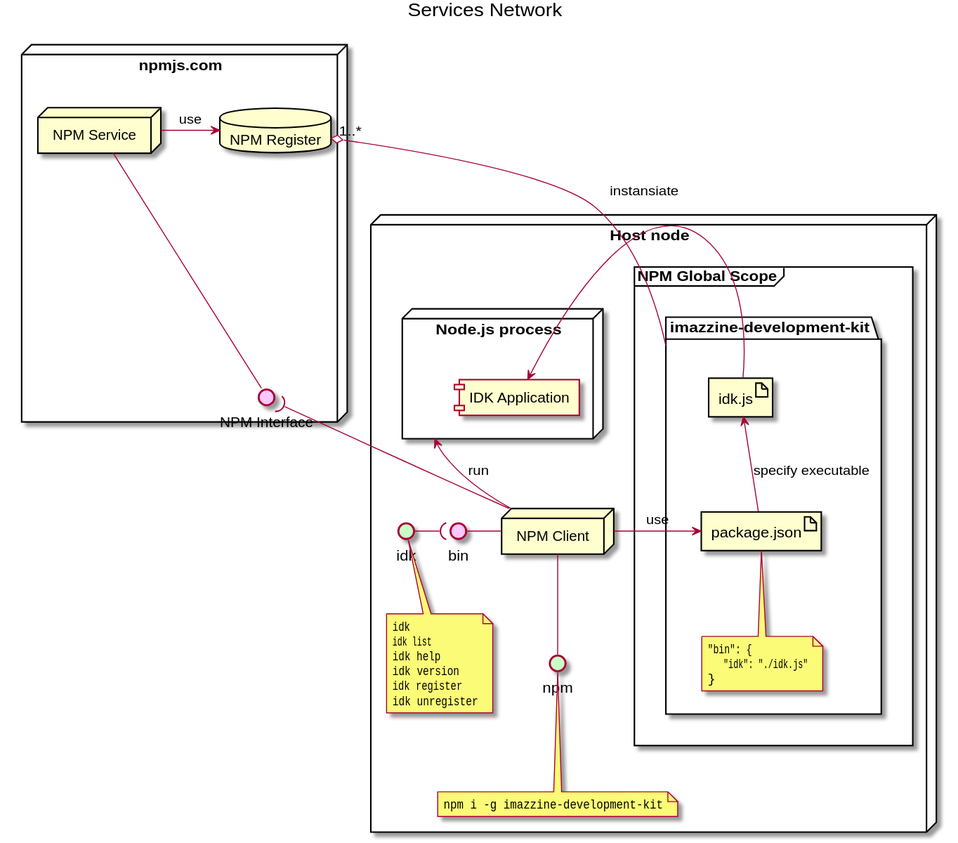
This is doc/uml/cli/open/services_network.svg from imazzine/design, a PlantUML export, as it was before one commit.
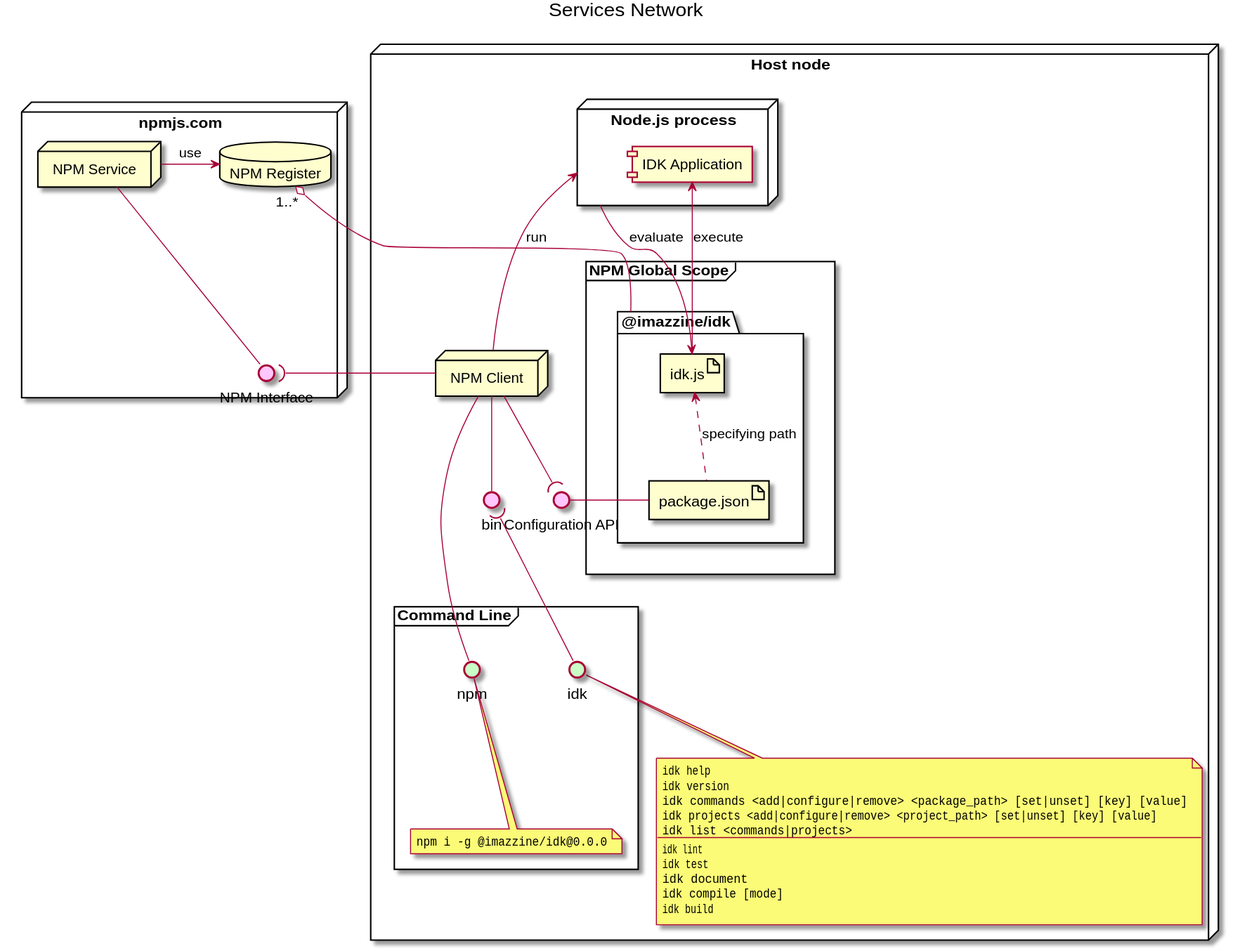
Above is the later version.

The edit, as a diff of the source:
```diff
@@ -16,55 +16,57 @@
     node "Host node" as HostNode {
 
         frame "NPM Global Scope" as NPMGlobalScope {
-            package "imazzine-development-kit" as IDKPackage {
-                artifact "package.json" as PACKAGE_JSON
+            package "@imazzine/idk" as IDKPackage {
+                artifact "package.json" as PACKAGE_JSON [[./ConfigurationAPI.svg]]
                 artifact "idk.js" as IDK_JS
-                IDK_JS <-- PACKAGE_JSON: specify executable
-                note as BIN_LIST
-                    "bin": {
-                        "idk": "./idk.js"
-                    }
-                end note
-                PACKAGE_JSON .. BIN_LIST
+                IDK_JS <.. PACKAGE_JSON: specifying path
             }
         }
         NPMRegister "1..*" o-- IDKPackage
 
         node "Node.js process" as NodeJS {
             component "IDK Application" as IDKApplication [[./IDKApplication.svg]]
-            IDKApplication <- IDK_JS: instansiate
+            IDKApplication <-- IDK_JS: execute
         }
+        NodeJS --> IDK_JS: evaluate
 
         node "NPM Client" as NPMClient
         NPMInterface )- NPMClient
-        PACKAGE_JSON <- NPMClient: use
-        NodeJS <- NPMClient: run
-
-
-        interface "npm" as NPMCli [[https://docs.npmjs.com/cli/install]] #c9ffc7
-        NPMClient -- NPMCli
-
-        note as NPM_CLI_LIST
-            npm i -g imazzine-development-kit
-        end note
-        NPMCli .. NPM_CLI_LIST
+        NodeJS <-- NPMClient: run
 
         interface "bin" as NPMBinAPI [[https://docs.npmjs.com/files/package.json#bin]] #ffc7fd
-        NPMBinAPI - NPMClient
+        NPMClient -- NPMBinAPI
 
-        interface "idk" as IDKInterface #c9ffc7
-        IDKInterface -( NPMBinAPI
+        frame "Command Line" as CommandLine {
+            interface "idk" as IDKInterface #c9ffc7
+            NPMBinAPI )-- IDKInterface
+
+            interface "npm" as NPMCli [[https://docs.npmjs.com/cli/install]] #c9ffc7
+            NPMClient -- NPMCli
+
+            note as NPM_CLI_LIST
+                npm i -g @imazzine/idk@0.0.0
+            end note
+            NPMCli .. NPM_CLI_LIST
+        }
+
+        interface "Configuration API" as ConfigurationAPI [[./ConfigurationAPI.svg]] #ffc7fd
+        NPMClient --( ConfigurationAPI
+        PACKAGE_JSON - ConfigurationAPI
 
         note as IDK_CLI_LIST
-            idk
-            idk list
             idk help
             idk version
-            idk register
-            idk unregister
+            idk commands <add|configure|remove> <package_path> [set|unset] [key] [value]
+            idk projects <add|configure|remove> <project_path> [set|unset] [key] [value]
+            idk list <commands|projects>
+            --
+            idk lint
+            idk test
+            idk document
+            idk compile [mode]
+            idk build
         end note
         IDKInterface .. IDK_CLI_LIST
     }
-
-
 @enduml
```
